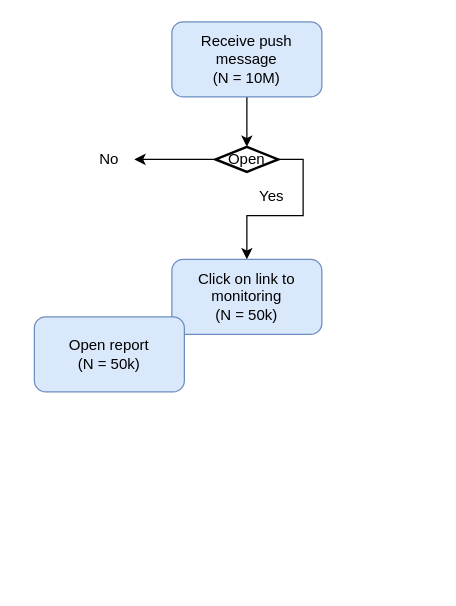
Above: parent_nudge_stages.drawio in henrishi/drawio (draw.io), before the change. Source tidied: cells renumbered, new cells numbered last; positions are measured from the earlier drawing's top-left corner, leaving out a move shared by most shapes. Both pictures are drawn from the tidied source at 125%, with x=0, y=0 at pixel (34, 21).
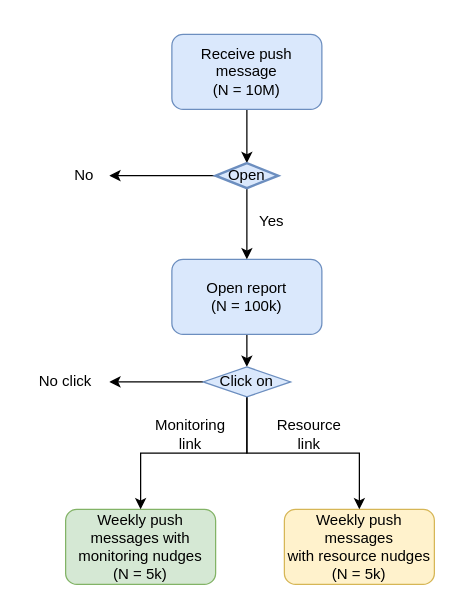
Above is the later version.

The edit, as a diff of the source:
```diff
@@
 <mxGraphModel>
   <root>
     <mxCell id="0" />
     <mxCell id="1" parent="0" />
     <mxCell id="2" style="edgeStyle=orthogonalEdgeStyle;rounded=0;jettySize=auto;html=1;exitX=0.5;exitY=1;exitDx=0;exitDy=0;entryX=0.5;entryY=0;entryDx=0;entryDy=0;entryPerimeter=0;" parent="1" edge="1" source="3" target="8">
       <mxGeometry relative="1" as="geometry" />
     </mxCell>
     <mxCell id="3" value="Receive push message&lt;br&gt;(N = 10M)" style="rounded=1;whiteSpace=wrap;html=1;fillColor=#dae8fc;strokeColor=#6c8ebf;" parent="1" vertex="1">
-      <mxGeometry x="110" width="120" height="60" as="geometry" />
+      <mxGeometry x="110" y="10" width="120" height="60" as="geometry" />
     </mxCell>
+    <mxCell id="11" style="edgeStyle=orthogonalEdgeStyle;rounded=0;jettySize=auto;html=1;exitX=0.5;exitY=1;exitDx=0;exitDy=0;entryX=0.5;entryY=0;entryDx=0;entryDy=0;" parent="1" edge="1" source="4" target="16">
+      <mxGeometry relative="1" as="geometry" />
+    </mxCell>
-    <mxCell id="4" value="Click on link to monitoring&lt;br&gt;(N = 50k)" style="rounded=1;whiteSpace=wrap;html=1;fillColor=#dae8fc;strokeColor=#6c8ebf;" parent="1" vertex="1">
+    <mxCell id="4" value="Open report&lt;br&gt;(N = 100k)" style="rounded=1;whiteSpace=wrap;html=1;fillColor=#dae8fc;strokeColor=#6c8ebf;" parent="1" vertex="1">
       <mxGeometry x="110" y="190" width="120" height="60" as="geometry" />
     </mxCell>
-    <mxCell id="5" value="Open report&lt;br&gt;(N = 50k)" style="rounded=1;whiteSpace=wrap;html=1;fillColor=#dae8fc;strokeColor=#6c8ebf;" parent="1" vertex="1">
-      <mxGeometry y="236" width="120" height="60" as="geometry" />
+    <mxCell id="5" value="Weekly push messages with monitoring nudges &lt;br&gt;(N = 5k)" style="rounded=1;whiteSpace=wrap;html=1;fillColor=#d5e8d4;strokeColor=#82b366;" parent="1" vertex="1">
+      <mxGeometry x="25" y="390" width="120" height="60" as="geometry" />
     </mxCell>
+    <mxCell id="7" style="edgeStyle=orthogonalEdgeStyle;rounded=0;jettySize=auto;html=1;exitX=0;exitY=0.5;exitDx=0;exitDy=0;exitPerimeter=0;" parent="1" edge="1" source="8" target="9">
+      <mxGeometry relative="1" as="geometry" />
+    </mxCell>
-    <mxCell id="6" style="edgeStyle=orthogonalEdgeStyle;rounded=0;jettySize=auto;html=1;exitX=1;exitY=0.5;exitDx=0;exitDy=0;exitPerimeter=0;" parent="1" edge="1" source="8" target="4">
+    <mxCell id="6" style="edgeStyle=orthogonalEdgeStyle;rounded=0;jettySize=auto;html=1;exitX=0.5;exitY=1;exitDx=0;exitDy=0;exitPerimeter=0;" parent="1" edge="1" source="8" target="4">
       <mxGeometry relative="1" as="geometry" />
     </mxCell>
-    <mxCell id="7" style="edgeStyle=orthogonalEdgeStyle;rounded=0;jettySize=auto;html=1;exitX=0;exitY=0.5;exitDx=0;exitDy=0;exitPerimeter=0;" parent="1" edge="1" source="8" target="9">
-      <mxGeometry relative="1" as="geometry" />
-    </mxCell>
-    <mxCell id="8" value="Open" style="strokeWidth=2;html=1;shape=mxgraph.flowchart.decision;whiteSpace=wrap;" parent="1" vertex="1">
-      <mxGeometry x="145" y="100" width="50" height="20" as="geometry" />
+    <mxCell id="8" value="Open" style="strokeWidth=2;html=1;shape=mxgraph.flowchart.decision;whiteSpace=wrap;fillColor=#dae8fc;strokeColor=#6c8ebf;" parent="1" vertex="1">
+      <mxGeometry x="145" y="113" width="50" height="20" as="geometry" />
     </mxCell>
     <mxCell id="9" value="No" style="text;html=1;strokeColor=none;fillColor=none;align=center;verticalAlign=middle;whiteSpace=wrap;rounded=0;" parent="1" vertex="1">
-      <mxGeometry x="40" y="100" width="40" height="20" as="geometry" />
+      <mxGeometry x="20" y="113" width="40" height="20" as="geometry" />
     </mxCell>
     <mxCell id="10" value="Yes" style="text;html=1;strokeColor=none;fillColor=none;align=center;verticalAlign=middle;whiteSpace=wrap;rounded=0;" parent="1" vertex="1">
-      <mxGeometry x="170" y="130" width="40" height="20" as="geometry" />
+      <mxGeometry x="170" y="150" width="40" height="20" as="geometry" />
     </mxCell>
+    <mxCell id="12" value="Weekly push messages&lt;br&gt;with resource nudges&lt;br&gt;(N = 5k)" style="rounded=1;whiteSpace=wrap;html=1;fillColor=#fff2cc;strokeColor=#d6b656;" parent="1" vertex="1">
+      <mxGeometry x="200" y="390" width="120" height="60" as="geometry" />
+    </mxCell>
+    <mxCell id="13" style="edgeStyle=orthogonalEdgeStyle;rounded=0;jettySize=auto;html=1;exitX=0.5;exitY=1;exitDx=0;exitDy=0;entryX=0.5;entryY=0;entryDx=0;entryDy=0;" parent="1" edge="1" source="16" target="5">
+      <mxGeometry relative="1" as="geometry" />
+    </mxCell>
+    <mxCell id="14" style="edgeStyle=orthogonalEdgeStyle;rounded=0;jettySize=auto;html=1;exitX=0.5;exitY=1;exitDx=0;exitDy=0;entryX=0.5;entryY=0;entryDx=0;entryDy=0;" parent="1" edge="1" source="16" target="12">
+      <mxGeometry relative="1" as="geometry" />
+    </mxCell>
+    <mxCell id="15" style="edgeStyle=orthogonalEdgeStyle;rounded=0;jettySize=auto;html=1;exitX=0;exitY=0.5;exitDx=0;exitDy=0;entryX=1;entryY=0.5;entryDx=0;entryDy=0;" parent="1" edge="1" source="16" target="19">
+      <mxGeometry relative="1" as="geometry" />
+    </mxCell>
+    <mxCell id="16" value="Click on" style="rhombus;whiteSpace=wrap;html=1;fillColor=#dae8fc;strokeColor=#6c8ebf;" parent="1" vertex="1">
+      <mxGeometry x="135" y="276" width="70" height="24" as="geometry" />
+    </mxCell>
+    <mxCell id="17" value="Monitoring link" style="text;html=1;strokeColor=none;fillColor=none;align=center;verticalAlign=middle;whiteSpace=wrap;rounded=0;" parent="1" vertex="1">
+      <mxGeometry x="105" y="320" width="40" height="20" as="geometry" />
+    </mxCell>
+    <mxCell id="18" value="Resource link" style="text;html=1;strokeColor=none;fillColor=none;align=center;verticalAlign=middle;whiteSpace=wrap;rounded=0;" parent="1" vertex="1">
+      <mxGeometry x="200" y="320" width="40" height="20" as="geometry" />
+    </mxCell>
+    <mxCell id="19" value="No click" style="text;html=1;strokeColor=none;fillColor=none;align=center;verticalAlign=middle;whiteSpace=wrap;rounded=0;" parent="1" vertex="1">
+      <mxGeometry x="-10" y="278" width="70" height="20" as="geometry" />
+    </mxCell>
   </root>
 </mxGraphModel>
```
